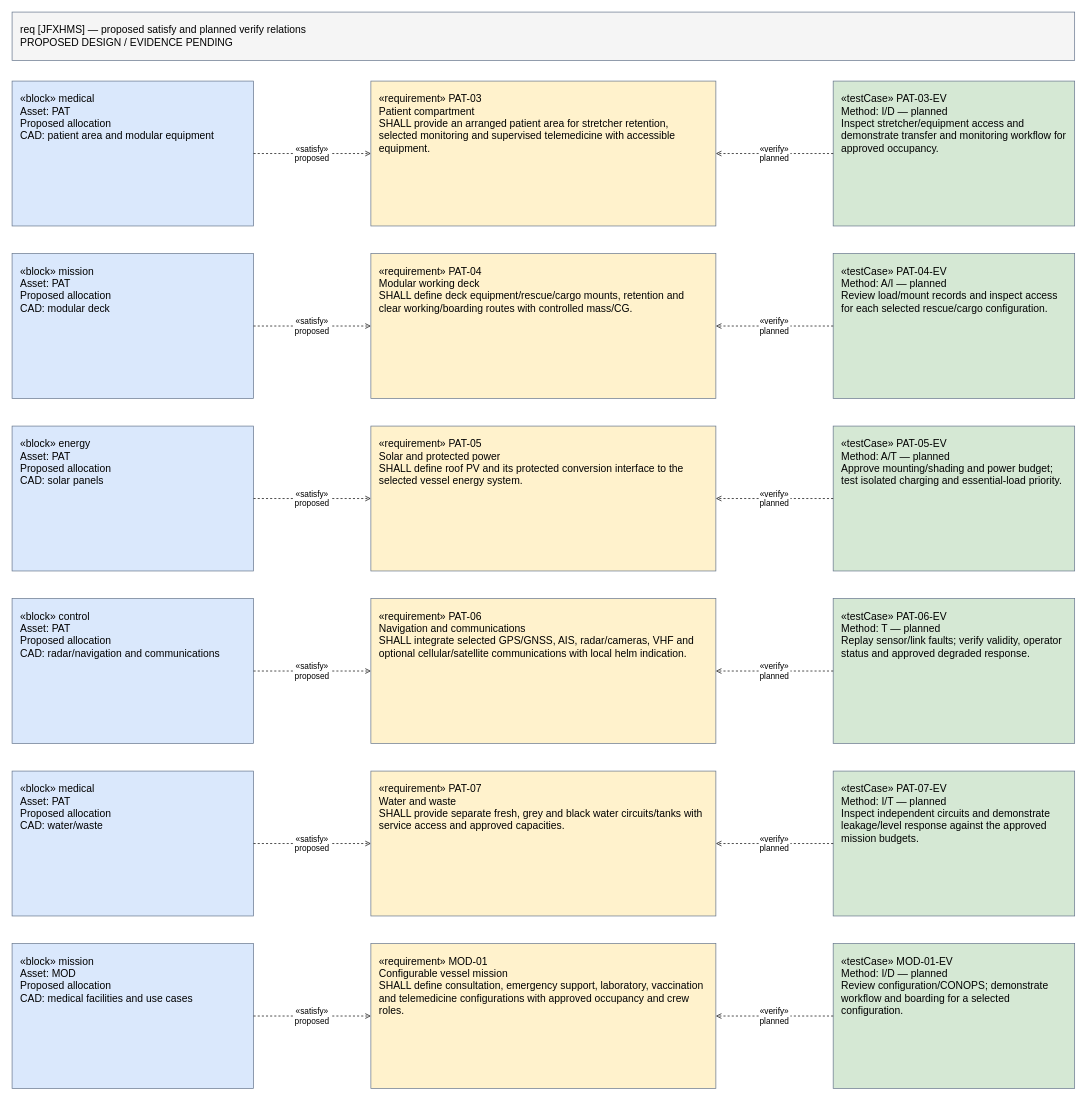
The draw.io diagram page "09 REQ — allocation 25–30" (9 of 12) of MBSE/CAS/Drawio/JFXHMS_High_Level_SysML.drawio in robotics-intelligent-systems/jfxhms, before the edit. Source tidied: cells renumbered, new cells numbered last; positions are measured from the earlier drawing's top-left corner, leaving out a move shared by most shapes. Both pictures are drawn from the tidied source at 69%, with x=0, y=0 at pixel (12, 12).
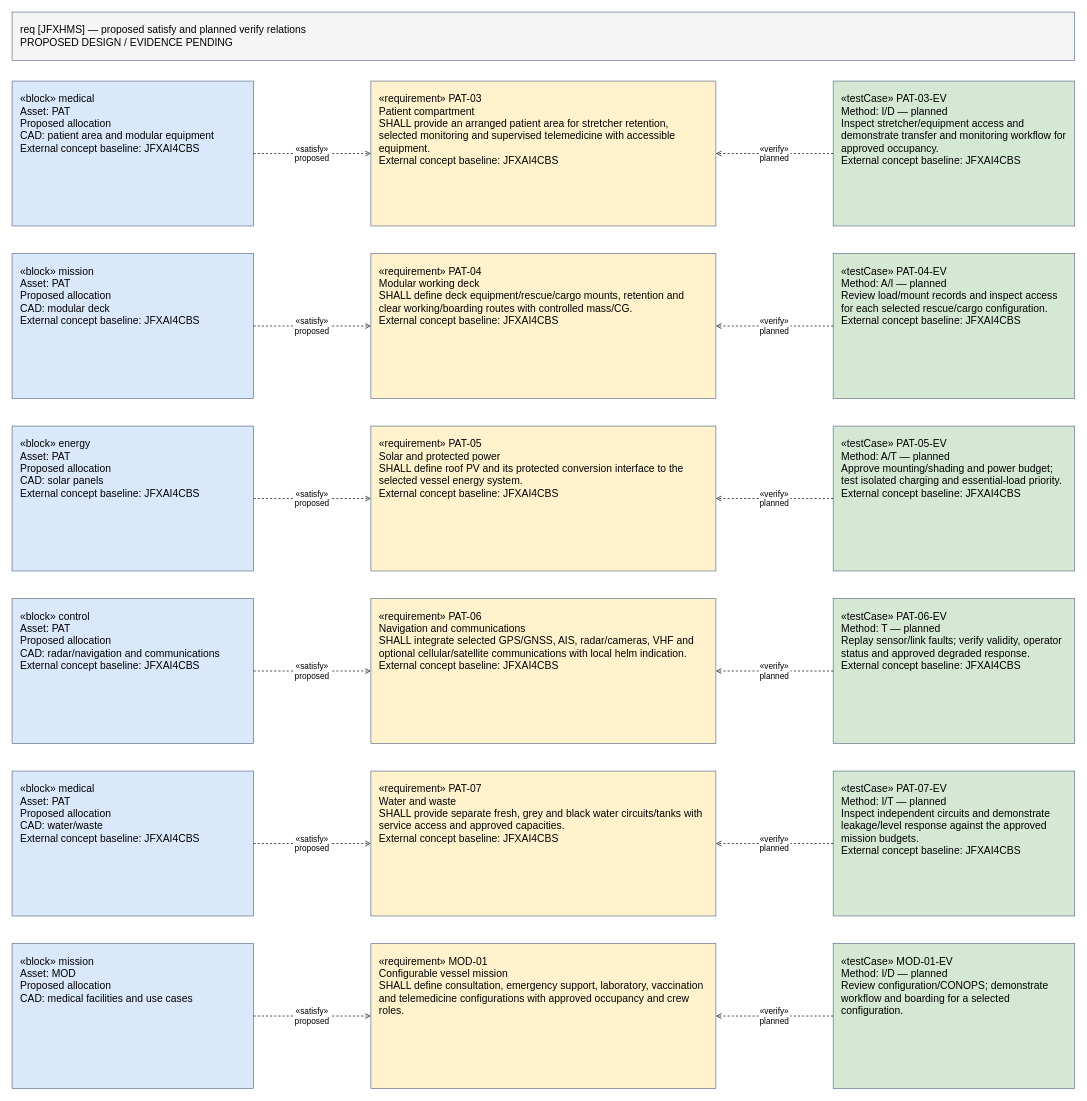
The same page after the edit.

Commit message (it also covers changes not shown here):
docs: align patrol boat and hydrogen-electric helicopter migration to JFXAI4CBS

Diff of the diagram source:
```diff
@@
-    <mxCell id="3" value="«block» medical&#10;Asset: PAT&#10;Proposed allocation&#10;CAD: patient area and modular equipment" style="rounded=0;whiteSpace=wrap;html=0;fillColor=#dae8fc;strokeColor=#64748b;fontSize=15;align=left;verticalAlign=top;spacing=12;" parent="1" vertex="1">
+    <mxCell id="3" value="«block» medical&#10;Asset: PAT&#10;Proposed allocation&#10;CAD: patient area and modular equipment&#10;External concept baseline: JFXAI4CBS" style="rounded=0;whiteSpace=wrap;html=0;fillColor=#dae8fc;strokeColor=#64748b;fontSize=15;align=left;verticalAlign=top;spacing=12;" parent="1" vertex="1">
       <mxGeometry y="100" width="350" height="210" as="geometry" />
     </mxCell>
-    <mxCell id="4" value="«requirement» PAT-03&#10;Patient compartment&#10;SHALL provide an arranged patient area for stretcher retention, selected monitoring and supervised telemedicine with accessible equipment." style="rounded=0;whiteSpace=wrap;html=0;fillColor=#fff2cc;strokeColor=#64748b;fontSize=15;align=left;verticalAlign=top;spacing=12;" parent="1" vertex="1">
+    <mxCell id="4" value="«requirement» PAT-03&#10;Patient compartment&#10;SHALL provide an arranged patient area for stretcher retention, selected monitoring and supervised telemedicine with accessible equipment.&#10;External concept baseline: JFXAI4CBS" style="rounded=0;whiteSpace=wrap;html=0;fillColor=#fff2cc;strokeColor=#64748b;fontSize=15;align=left;verticalAlign=top;spacing=12;" parent="1" vertex="1">
       <mxGeometry x="520" y="100" width="500" height="210" as="geometry" />
     </mxCell>
-    <mxCell id="5" value="«testCase» PAT-03-EV&#10;Method: I/D — planned&#10;Inspect stretcher/equipment access and demonstrate transfer and monitoring workflow for approved occupancy." style="rounded=0;whiteSpace=wrap;html=0;fillColor=#d5e8d4;strokeColor=#64748b;fontSize=15;align=left;verticalAlign=top;spacing=12;" parent="1" vertex="1">
+    <mxCell id="5" value="«testCase» PAT-03-EV&#10;Method: I/D — planned&#10;Inspect stretcher/equipment access and demonstrate transfer and monitoring workflow for approved occupancy.&#10;External concept baseline: JFXAI4CBS" style="rounded=0;whiteSpace=wrap;html=0;fillColor=#d5e8d4;strokeColor=#64748b;fontSize=15;align=left;verticalAlign=top;spacing=12;" parent="1" vertex="1">
       <mxGeometry x="1190" y="100" width="350" height="210" as="geometry" />
     </mxCell>
@@
-    <mxCell id="8" value="«block» mission&#10;Asset: PAT&#10;Proposed allocation&#10;CAD: modular deck" style="rounded=0;whiteSpace=wrap;html=0;fillColor=#dae8fc;strokeColor=#64748b;fontSize=15;align=left;verticalAlign=top;spacing=12;" parent="1" vertex="1">
+    <mxCell id="8" value="«block» mission&#10;Asset: PAT&#10;Proposed allocation&#10;CAD: modular deck&#10;External concept baseline: JFXAI4CBS" style="rounded=0;whiteSpace=wrap;html=0;fillColor=#dae8fc;strokeColor=#64748b;fontSize=15;align=left;verticalAlign=top;spacing=12;" parent="1" vertex="1">
       <mxGeometry y="350" width="350" height="210" as="geometry" />
     </mxCell>
-    <mxCell id="9" value="«requirement» PAT-04&#10;Modular working deck&#10;SHALL define deck equipment/rescue/cargo mounts, retention and clear working/boarding routes with controlled mass/CG." style="rounded=0;whiteSpace=wrap;html=0;fillColor=#fff2cc;strokeColor=#64748b;fontSize=15;align=left;verticalAlign=top;spacing=12;" parent="1" vertex="1">
+    <mxCell id="9" value="«requirement» PAT-04&#10;Modular working deck&#10;SHALL define deck equipment/rescue/cargo mounts, retention and clear working/boarding routes with controlled mass/CG.&#10;External concept baseline: JFXAI4CBS" style="rounded=0;whiteSpace=wrap;html=0;fillColor=#fff2cc;strokeColor=#64748b;fontSize=15;align=left;verticalAlign=top;spacing=12;" parent="1" vertex="1">
       <mxGeometry x="520" y="350" width="500" height="210" as="geometry" />
     </mxCell>
-    <mxCell id="10" value="«testCase» PAT-04-EV&#10;Method: A/I — planned&#10;Review load/mount records and inspect access for each selected rescue/cargo configuration." style="rounded=0;whiteSpace=wrap;html=0;fillColor=#d5e8d4;strokeColor=#64748b;fontSize=15;align=left;verticalAlign=top;spacing=12;" parent="1" vertex="1">
+    <mxCell id="10" value="«testCase» PAT-04-EV&#10;Method: A/I — planned&#10;Review load/mount records and inspect access for each selected rescue/cargo configuration.&#10;External concept baseline: JFXAI4CBS" style="rounded=0;whiteSpace=wrap;html=0;fillColor=#d5e8d4;strokeColor=#64748b;fontSize=15;align=left;verticalAlign=top;spacing=12;" parent="1" vertex="1">
       <mxGeometry x="1190" y="350" width="350" height="210" as="geometry" />
     </mxCell>
@@
-    <mxCell id="13" value="«block» energy&#10;Asset: PAT&#10;Proposed allocation&#10;CAD: solar panels" style="rounded=0;whiteSpace=wrap;html=0;fillColor=#dae8fc;strokeColor=#64748b;fontSize=15;align=left;verticalAlign=top;spacing=12;" parent="1" vertex="1">
+    <mxCell id="13" value="«block» energy&#10;Asset: PAT&#10;Proposed allocation&#10;CAD: solar panels&#10;External concept baseline: JFXAI4CBS" style="rounded=0;whiteSpace=wrap;html=0;fillColor=#dae8fc;strokeColor=#64748b;fontSize=15;align=left;verticalAlign=top;spacing=12;" parent="1" vertex="1">
       <mxGeometry y="600" width="350" height="210" as="geometry" />
     </mxCell>
-    <mxCell id="14" value="«requirement» PAT-05&#10;Solar and protected power&#10;SHALL define roof PV and its protected conversion interface to the selected vessel energy system." style="rounded=0;whiteSpace=wrap;html=0;fillColor=#fff2cc;strokeColor=#64748b;fontSize=15;align=left;verticalAlign=top;spacing=12;" parent="1" vertex="1">
+    <mxCell id="14" value="«requirement» PAT-05&#10;Solar and protected power&#10;SHALL define roof PV and its protected conversion interface to the selected vessel energy system.&#10;External concept baseline: JFXAI4CBS" style="rounded=0;whiteSpace=wrap;html=0;fillColor=#fff2cc;strokeColor=#64748b;fontSize=15;align=left;verticalAlign=top;spacing=12;" parent="1" vertex="1">
       <mxGeometry x="520" y="600" width="500" height="210" as="geometry" />
     </mxCell>
-    <mxCell id="15" value="«testCase» PAT-05-EV&#10;Method: A/T — planned&#10;Approve mounting/shading and power budget; test isolated charging and essential-load priority." style="rounded=0;whiteSpace=wrap;html=0;fillColor=#d5e8d4;strokeColor=#64748b;fontSize=15;align=left;verticalAlign=top;spacing=12;" parent="1" vertex="1">
+    <mxCell id="15" value="«testCase» PAT-05-EV&#10;Method: A/T — planned&#10;Approve mounting/shading and power budget; test isolated charging and essential-load priority.&#10;External concept baseline: JFXAI4CBS" style="rounded=0;whiteSpace=wrap;html=0;fillColor=#d5e8d4;strokeColor=#64748b;fontSize=15;align=left;verticalAlign=top;spacing=12;" parent="1" vertex="1">
       <mxGeometry x="1190" y="600" width="350" height="210" as="geometry" />
     </mxCell>
@@
-    <mxCell id="18" value="«block» control&#10;Asset: PAT&#10;Proposed allocation&#10;CAD: radar/navigation and communications" style="rounded=0;whiteSpace=wrap;html=0;fillColor=#dae8fc;strokeColor=#64748b;fontSize=15;align=left;verticalAlign=top;spacing=12;" parent="1" vertex="1">
+    <mxCell id="18" value="«block» control&#10;Asset: PAT&#10;Proposed allocation&#10;CAD: radar/navigation and communications&#10;External concept baseline: JFXAI4CBS" style="rounded=0;whiteSpace=wrap;html=0;fillColor=#dae8fc;strokeColor=#64748b;fontSize=15;align=left;verticalAlign=top;spacing=12;" parent="1" vertex="1">
       <mxGeometry y="850" width="350" height="210" as="geometry" />
     </mxCell>
-    <mxCell id="19" value="«requirement» PAT-06&#10;Navigation and communications&#10;SHALL integrate selected GPS/GNSS, AIS, radar/cameras, VHF and optional cellular/satellite communications with local helm indication." style="rounded=0;whiteSpace=wrap;html=0;fillColor=#fff2cc;strokeColor=#64748b;fontSize=15;align=left;verticalAlign=top;spacing=12;" parent="1" vertex="1">
+    <mxCell id="19" value="«requirement» PAT-06&#10;Navigation and communications&#10;SHALL integrate selected GPS/GNSS, AIS, radar/cameras, VHF and optional cellular/satellite communications with local helm indication.&#10;External concept baseline: JFXAI4CBS" style="rounded=0;whiteSpace=wrap;html=0;fillColor=#fff2cc;strokeColor=#64748b;fontSize=15;align=left;verticalAlign=top;spacing=12;" parent="1" vertex="1">
       <mxGeometry x="520" y="850" width="500" height="210" as="geometry" />
     </mxCell>
-    <mxCell id="20" value="«testCase» PAT-06-EV&#10;Method: T — planned&#10;Replay sensor/link faults; verify validity, operator status and approved degraded response." style="rounded=0;whiteSpace=wrap;html=0;fillColor=#d5e8d4;strokeColor=#64748b;fontSize=15;align=left;verticalAlign=top;spacing=12;" parent="1" vertex="1">
+    <mxCell id="20" value="«testCase» PAT-06-EV&#10;Method: T — planned&#10;Replay sensor/link faults; verify validity, operator status and approved degraded response.&#10;External concept baseline: JFXAI4CBS" style="rounded=0;whiteSpace=wrap;html=0;fillColor=#d5e8d4;strokeColor=#64748b;fontSize=15;align=left;verticalAlign=top;spacing=12;" parent="1" vertex="1">
       <mxGeometry x="1190" y="850" width="350" height="210" as="geometry" />
     </mxCell>
@@
-    <mxCell id="23" value="«block» medical&#10;Asset: PAT&#10;Proposed allocation&#10;CAD: water/waste" style="rounded=0;whiteSpace=wrap;html=0;fillColor=#dae8fc;strokeColor=#64748b;fontSize=15;align=left;verticalAlign=top;spacing=12;" parent="1" vertex="1">
+    <mxCell id="23" value="«block» medical&#10;Asset: PAT&#10;Proposed allocation&#10;CAD: water/waste&#10;External concept baseline: JFXAI4CBS" style="rounded=0;whiteSpace=wrap;html=0;fillColor=#dae8fc;strokeColor=#64748b;fontSize=15;align=left;verticalAlign=top;spacing=12;" parent="1" vertex="1">
       <mxGeometry y="1100" width="350" height="210" as="geometry" />
     </mxCell>
-    <mxCell id="24" value="«requirement» PAT-07&#10;Water and waste&#10;SHALL provide separate fresh, grey and black water circuits/tanks with service access and approved capacities." style="rounded=0;whiteSpace=wrap;html=0;fillColor=#fff2cc;strokeColor=#64748b;fontSize=15;align=left;verticalAlign=top;spacing=12;" parent="1" vertex="1">
+    <mxCell id="24" value="«requirement» PAT-07&#10;Water and waste&#10;SHALL provide separate fresh, grey and black water circuits/tanks with service access and approved capacities.&#10;External concept baseline: JFXAI4CBS" style="rounded=0;whiteSpace=wrap;html=0;fillColor=#fff2cc;strokeColor=#64748b;fontSize=15;align=left;verticalAlign=top;spacing=12;" parent="1" vertex="1">
       <mxGeometry x="520" y="1100" width="500" height="210" as="geometry" />
     </mxCell>
-    <mxCell id="25" value="«testCase» PAT-07-EV&#10;Method: I/T — planned&#10;Inspect independent circuits and demonstrate leakage/level response against the approved mission budgets." style="rounded=0;whiteSpace=wrap;html=0;fillColor=#d5e8d4;strokeColor=#64748b;fontSize=15;align=left;verticalAlign=top;spacing=12;" parent="1" vertex="1">
+    <mxCell id="25" value="«testCase» PAT-07-EV&#10;Method: I/T — planned&#10;Inspect independent circuits and demonstrate leakage/level response against the approved mission budgets.&#10;External concept baseline: JFXAI4CBS" style="rounded=0;whiteSpace=wrap;html=0;fillColor=#d5e8d4;strokeColor=#64748b;fontSize=15;align=left;verticalAlign=top;spacing=12;" parent="1" vertex="1">
       <mxGeometry x="1190" y="1100" width="350" height="210" as="geometry" />
     </mxCell>
```
